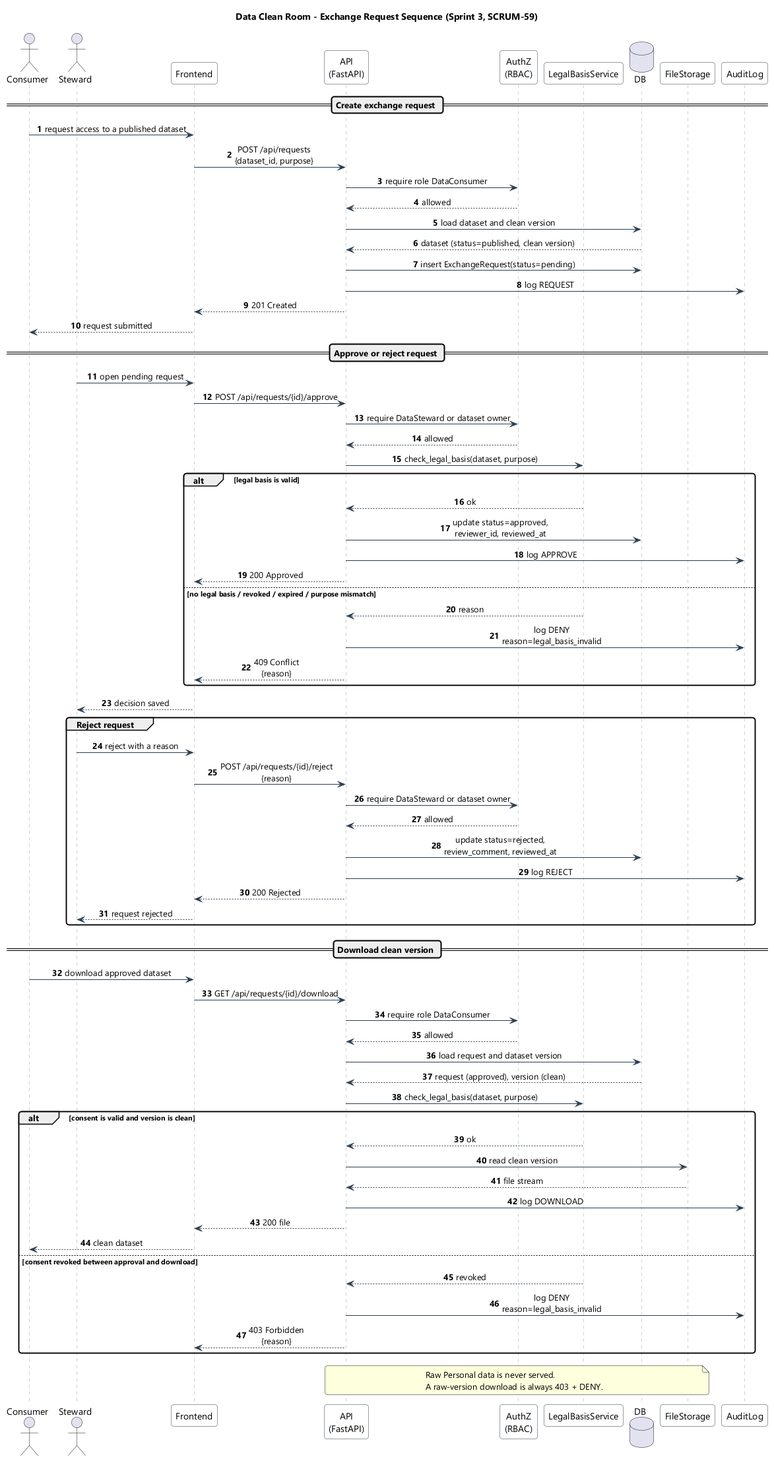
Earlier version of the PlantUML export docs/architecture/sequence-exchange.png (olesJS/data_clean_room). Its diagram source:
```plantuml
@startuml
!pragma layout smetana
skinparam sequenceMessageAlign center
skinparam responseMessageBelowArrow true
skinparam roundcorner 8
skinparam shadowing false
skinparam defaultFontName "Segoe UI", Arial, sans-serif
skinparam participant {
    BackgroundColor #FFFFFF
    BorderColor #2C3E50
}
skinparam sequence {
    ArrowColor #2C3E50
    LifeLineBorderColor #95A5A6
    LifeLineBackgroundColor #F8F9F9
}

title Data Clean Room - Exchange Request Sequence (Sprint 3, SCRUM-59)

actor Consumer
actor Steward
participant Frontend
participant "API\n(FastAPI)" as API
participant "AuthZ\n(RBAC)" as AuthZ
participant "LegalBasisService" as LBS
database DB
participant FileStorage
participant AuditLog

autonumber

== Create exchange request ==
Consumer -> Frontend: request access to a published dataset
Frontend -> API: POST /api/requests\n{dataset_id, purpose}
API -> AuthZ: require role DataConsumer
AuthZ --> API: allowed
API -> DB: load dataset and clean version
DB --> API: dataset (status=published, clean version)
API -> DB: insert ExchangeRequest(status=pending)
API -> AuditLog: log REQUEST
API --> Frontend: 201 Created
Frontend --> Consumer: request submitted

== Approve or reject request ==
Steward -> Frontend: open pending request
Frontend -> API: POST /api/requests/{id}/approve
API -> AuthZ: require DataSteward or dataset owner
AuthZ --> API: allowed
API -> LBS: check_legal_basis(dataset, purpose)
alt legal basis is valid
    LBS --> API: ok
    API -> DB: update status=approved,\nreviewer_id, reviewed_at
    API -> AuditLog: log APPROVE
    API --> Frontend: 200 Approved
else no legal basis / revoked / expired / purpose mismatch
    LBS --> API: reason
    API -> AuditLog: log DENY\nreason=legal_basis_invalid
    API --> Frontend: 409 Conflict\n{reason}
end
Frontend --> Steward: decision saved

group Reject request
    Steward -> Frontend: reject with a reason
    Frontend -> API: POST /api/requests/{id}/reject\n{reason}
    API -> AuthZ: require DataSteward or dataset owner
    AuthZ --> API: allowed
    API -> DB: update status=rejected,\nreview_comment, reviewed_at
    API -> AuditLog: log REJECT
    API --> Frontend: 200 Rejected
    Frontend --> Steward: request rejected
end

== Download clean version ==
Consumer -> Frontend: download approved dataset
Frontend -> API: GET /api/requests/{id}/download
API -> AuthZ: require role DataConsumer
AuthZ --> API: allowed
API -> DB: load request and dataset version
DB --> API: request (approved), version (clean)
API -> LBS: check_legal_basis(dataset, purpose)
alt consent is valid and version is clean
    LBS --> API: ok
    API -> FileStorage: read clean version
    FileStorage --> API: file stream
    API -> AuditLog: log DOWNLOAD
    API --> Frontend: 200 file
    Frontend --> Consumer: clean dataset
else consent revoked between approval and download
    LBS --> API: revoked
    API -> AuditLog: log DENY\nreason=legal_basis_invalid
    API --> Frontend: 403 Forbidden\n{reason}
end

note over API, FileStorage
  Raw Personal data is never served.
  A raw-version download is always 403 + DENY.
end note

@enduml
```
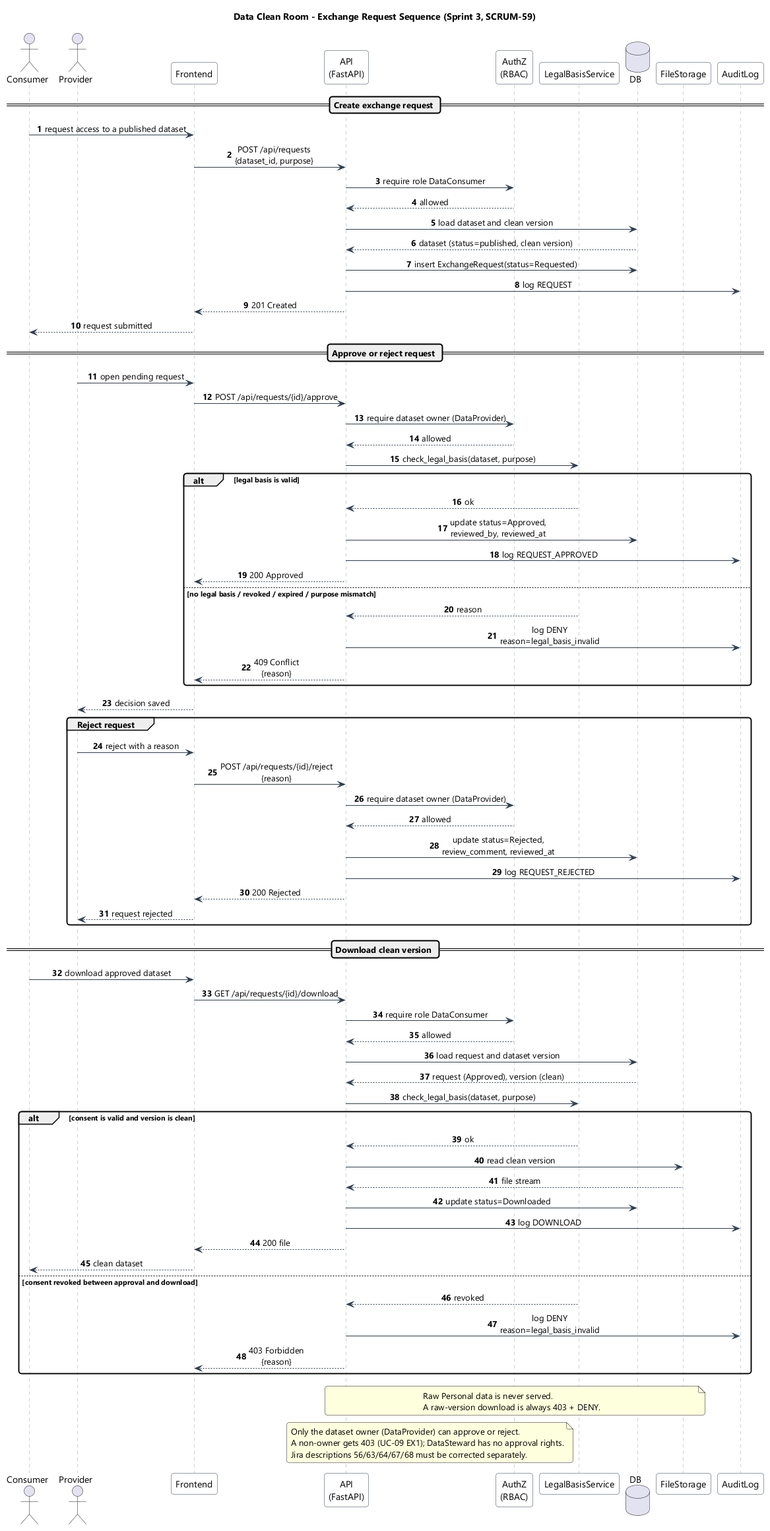
After the change.

Commit message:
docs(SCRUM-59): address review feedback on exchange, publish, class

Diff of the diagram source:
```diff
@@ -18,7 +18,7 @@
 title Data Clean Room - Exchange Request Sequence (Sprint 3, SCRUM-59)
 
 actor Consumer
-actor Steward
+actor Provider
 participant Frontend
 participant "API\n(FastAPI)" as API
 participant "AuthZ\n(RBAC)" as AuthZ
@@ -36,38 +36,38 @@
 AuthZ --> API: allowed
 API -> DB: load dataset and clean version
 DB --> API: dataset (status=published, clean version)
-API -> DB: insert ExchangeRequest(status=pending)
+API -> DB: insert ExchangeRequest(status=Requested)
 API -> AuditLog: log REQUEST
 API --> Frontend: 201 Created
 Frontend --> Consumer: request submitted
 
 == Approve or reject request ==
-Steward -> Frontend: open pending request
+Provider -> Frontend: open pending request
 Frontend -> API: POST /api/requests/{id}/approve
-API -> AuthZ: require DataSteward or dataset owner
+API -> AuthZ: require dataset owner (DataProvider)
 AuthZ --> API: allowed
 API -> LBS: check_legal_basis(dataset, purpose)
 alt legal basis is valid
     LBS --> API: ok
-    API -> DB: update status=approved,\nreviewer_id, reviewed_at
-    API -> AuditLog: log APPROVE
+    API -> DB: update status=Approved,\nreviewed_by, reviewed_at
+    API -> AuditLog: log REQUEST_APPROVED
     API --> Frontend: 200 Approved
 else no legal basis / revoked / expired / purpose mismatch
     LBS --> API: reason
     API -> AuditLog: log DENY\nreason=legal_basis_invalid
     API --> Frontend: 409 Conflict\n{reason}
 end
-Frontend --> Steward: decision saved
+Frontend --> Provider: decision saved
 
 group Reject request
-    Steward -> Frontend: reject with a reason
+    Provider -> Frontend: reject with a reason
     Frontend -> API: POST /api/requests/{id}/reject\n{reason}
-    API -> AuthZ: require DataSteward or dataset owner
+    API -> AuthZ: require dataset owner (DataProvider)
     AuthZ --> API: allowed
-    API -> DB: update status=rejected,\nreview_comment, reviewed_at
-    API -> AuditLog: log REJECT
+    API -> DB: update status=Rejected,\nreview_comment, reviewed_at
+    API -> AuditLog: log REQUEST_REJECTED
     API --> Frontend: 200 Rejected
-    Frontend --> Steward: request rejected
+    Frontend --> Provider: request rejected
 end
 
 == Download clean version ==
@@ -76,12 +76,13 @@
 API -> AuthZ: require role DataConsumer
 AuthZ --> API: allowed
 API -> DB: load request and dataset version
-DB --> API: request (approved), version (clean)
+DB --> API: request (Approved), version (clean)
 API -> LBS: check_legal_basis(dataset, purpose)
 alt consent is valid and version is clean
     LBS --> API: ok
     API -> FileStorage: read clean version
     FileStorage --> API: file stream
+    API -> DB: update status=Downloaded
     API -> AuditLog: log DOWNLOAD
     API --> Frontend: 200 file
     Frontend --> Consumer: clean dataset
@@ -96,4 +97,10 @@
   A raw-version download is always 403 + DENY.
 end note
 
+note over API, AuthZ
+  Only the dataset owner (DataProvider) can approve or reject.
+  A non-owner gets 403 (UC-09 EX1); DataSteward has no approval rights.
+  Jira descriptions 56/63/64/67/68 must be corrected separately.
+end note
+
 @enduml
```
